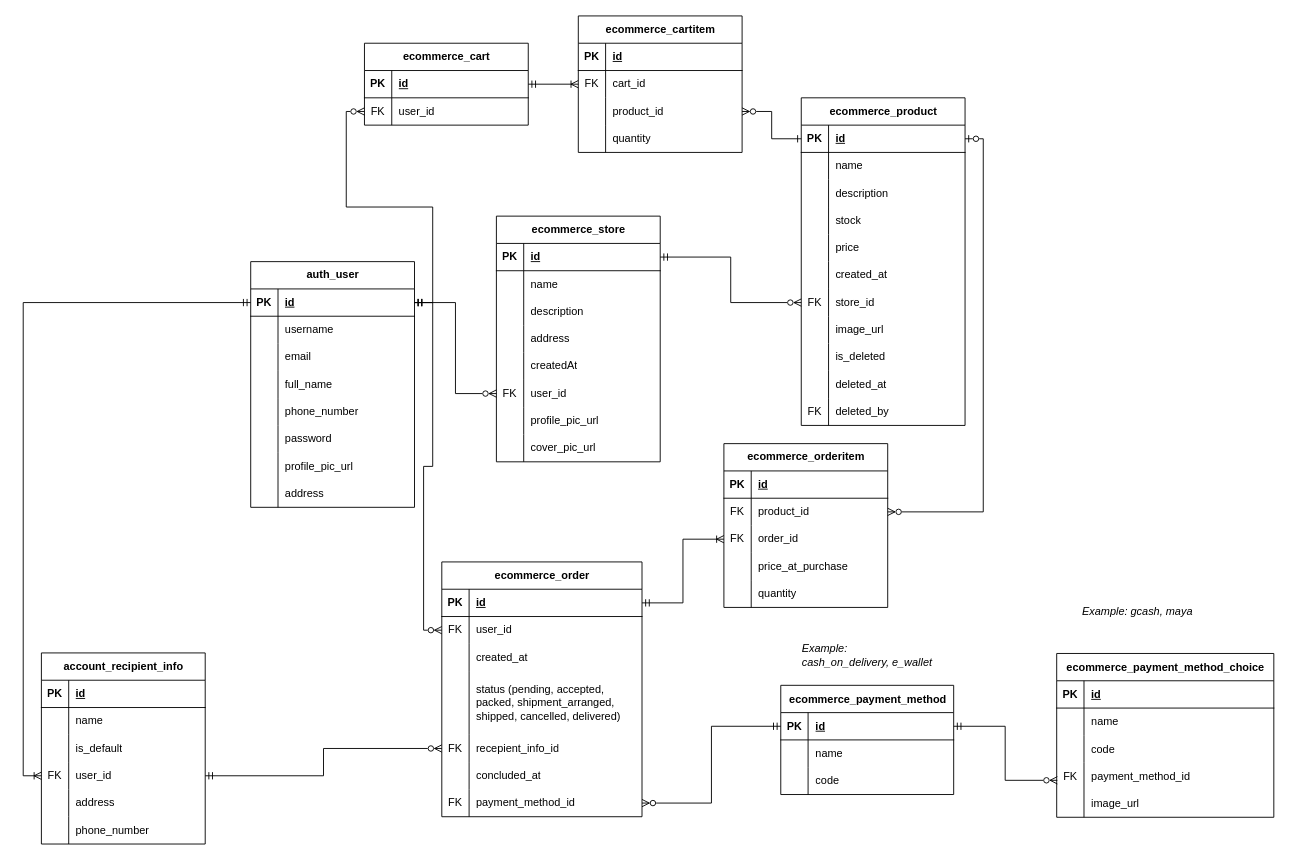
RHILIUS/E-Commerce-Docs keeps this draw.io diagram as page "All (INC)" (1 of 5) of diagrams/e-commerce-entity-relationship-diagram.drawio. Above is the earlier version. Source tidied: cells renumbered, new cells numbered last; positions are measured from the earlier drawing's top-left corner, leaving out a move shared by most shapes. Both pictures are drawn from the tidied source at 91%, with x=0, y=0 at pixel (41, 15).
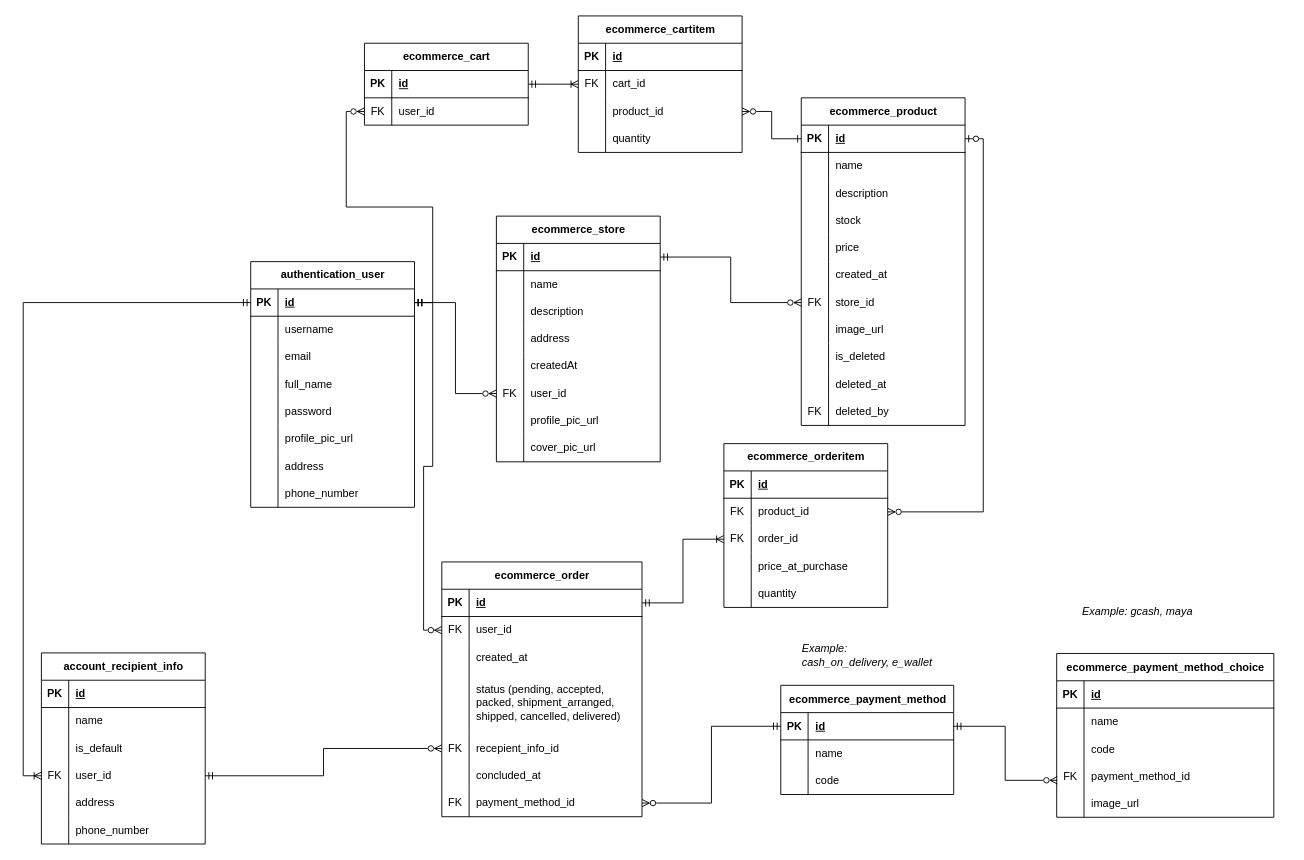
Above is the later version.

Diff of the diagram source:
```diff
@@
-    <mxCell id="43" value="auth_user" style="shape=table;startSize=30;childLayout=tableLayout;rowLines=0;fontStyle=1;align=center;html=1;" parent="1" vertex="1">
+    <mxCell id="43" value="&lt;span&gt;&lt;font style=&quot;color: rgb(0, 0, 0);&quot;&gt;authentication_user&lt;/font&gt;&lt;/span&gt;" style="shape=table;startSize=30;childLayout=tableLayout;rowLines=0;fontStyle=1;align=center;html=1;" parent="1" vertex="1">
       <mxGeometry x="230" y="270" width="180" height="270" as="geometry" />
     </mxCell>
@@
-    <mxCell id="56" style="shape=tableRow;horizontal=0;startSize=0;swimlaneHead=0;swimlaneBody=0;fillColor=none;top=0;left=0;right=0;bottom=0;" parent="43" vertex="1">
-      <mxGeometry y="150" width="180" height="30" as="geometry" />
-    </mxCell>
-    <mxCell id="57" style="shape=partialRectangle;fillColor=none;top=0;left=0;bottom=0;right=0;overflow=hidden;whiteSpace=wrap;html=1;" parent="56" vertex="1">
-      <mxGeometry width="30" height="30" as="geometry" />
-    </mxCell>
-    <mxCell id="58" value="phone_number" style="shape=partialRectangle;fillColor=none;top=0;left=0;bottom=0;right=0;align=left;spacingLeft=6;overflow=hidden;whiteSpace=wrap;html=1;" parent="56" vertex="1">
-      <mxGeometry x="30" width="150" height="30" as="geometry" />
-    </mxCell>
     <mxCell id="59" style="shape=tableRow;horizontal=0;startSize=0;swimlaneHead=0;swimlaneBody=0;fillColor=none;top=0;left=0;right=0;bottom=0;" parent="43" vertex="1">
-      <mxGeometry y="180" width="180" height="30" as="geometry" />
+      <mxGeometry y="150" width="180" height="30" as="geometry" />
     </mxCell>
@@
     <mxCell id="62" style="shape=tableRow;horizontal=0;startSize=0;swimlaneHead=0;swimlaneBody=0;fillColor=none;top=0;left=0;right=0;bottom=0;" parent="43" vertex="1">
-      <mxGeometry y="210" width="180" height="30" as="geometry" />
+      <mxGeometry y="180" width="180" height="30" as="geometry" />
     </mxCell>
@@
     <mxCell id="65" style="shape=tableRow;horizontal=0;startSize=0;swimlaneHead=0;swimlaneBody=0;fillColor=none;top=0;left=0;right=0;bottom=0;" parent="43" vertex="1">
-      <mxGeometry y="240" width="180" height="30" as="geometry" />
+      <mxGeometry y="210" width="180" height="30" as="geometry" />
     </mxCell>
@@
+    <mxCell id="205" style="shape=tableRow;horizontal=0;startSize=0;swimlaneHead=0;swimlaneBody=0;fillColor=none;top=0;left=0;right=0;bottom=0;" parent="43" vertex="1">
+      <mxGeometry y="240" width="180" height="30" as="geometry" />
+    </mxCell>
+    <mxCell id="57" style="shape=partialRectangle;fillColor=none;top=0;left=0;bottom=0;right=0;overflow=hidden;whiteSpace=wrap;html=1;" parent="205" vertex="1">
+      <mxGeometry width="30" height="30" as="geometry" />
+    </mxCell>
+    <mxCell id="58" value="phone_number" style="shape=partialRectangle;fillColor=none;top=0;left=0;bottom=0;right=0;align=left;spacingLeft=6;overflow=hidden;whiteSpace=wrap;html=1;" parent="205" vertex="1">
+      <mxGeometry x="30" width="150" height="30" as="geometry" />
+    </mxCell>
```
